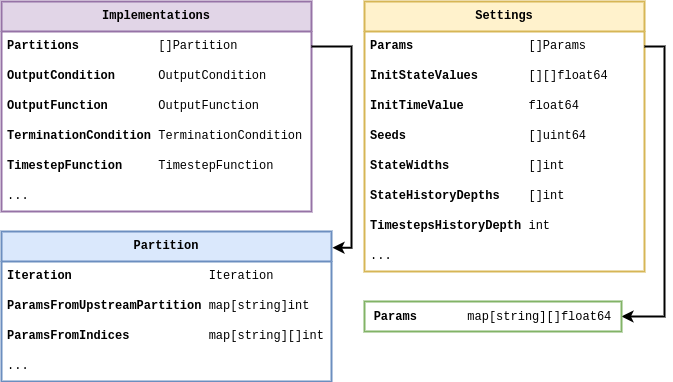
Earlier version of the draw.io export assets/stochadexI/stochadexI-stochadex-data-types.drawio.png (umbralcalc/umbralcalc.github.io). Source tidied: cells renumbered, new cells last; positions are measured from the earlier drawing's top-left corner, leaving out a move shared by most shapes.
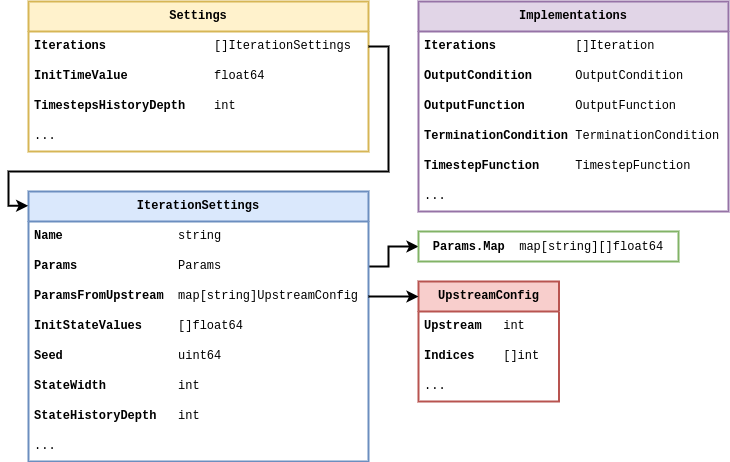
Above is the later version.

Diff of the diagram source:
```diff
@@ -3,9 +3,9 @@
     <mxCell id="0" />
     <mxCell id="1" parent="0" />
     <mxCell id="2" value="&lt;b&gt;Implementations&lt;/b&gt;" style="swimlane;fontStyle=0;horizontal=1;startSize=30;whiteSpace=wrap;html=1;fontFamily=Courier New;fillColor=#e1d5e7;strokeColor=#9673a6;strokeWidth=2;" parent="1" vertex="1">
-      <mxGeometry width="310" height="210" as="geometry" />
+      <mxGeometry x="390" y="40" width="310" height="210" as="geometry" />
     </mxCell>
-    <mxCell id="3" value="&lt;b&gt;Partitions&amp;nbsp; &amp;nbsp; &amp;nbsp; &amp;nbsp; &amp;nbsp; &amp;nbsp;&lt;/b&gt;[]Partition" style="text;strokeColor=none;fillColor=none;align=left;verticalAlign=middle;spacingLeft=4;spacingRight=4;overflow=hidden;points=[[0,0.5],[1,0.5]];portConstraint=eastwest;whiteSpace=wrap;html=1;fontFamily=Courier New;" parent="2" vertex="1">
+    <mxCell id="3" value="&lt;b&gt;Iterations&amp;nbsp; &amp;nbsp; &amp;nbsp; &amp;nbsp; &amp;nbsp; &amp;nbsp;&lt;/b&gt;[]Iteration" style="text;strokeColor=none;fillColor=none;align=left;verticalAlign=middle;spacingLeft=4;spacingRight=4;overflow=hidden;points=[[0,0.5],[1,0.5]];portConstraint=eastwest;whiteSpace=wrap;html=1;fontFamily=Courier New;" parent="2" vertex="1">
       <mxGeometry y="30" width="310" height="30" as="geometry" />
     </mxCell>
     <mxCell id="4" value="&lt;b&gt;OutputCondition&amp;nbsp; &amp;nbsp; &amp;nbsp;&amp;nbsp;&lt;/b&gt;OutputCondition" style="text;strokeColor=none;fillColor=none;align=left;verticalAlign=middle;spacingLeft=4;spacingRight=4;overflow=hidden;whiteSpace=wrap;html=1;fontFamily=Courier New;" parent="2" vertex="1">
@@ -24,65 +24,82 @@
       <mxGeometry y="180" width="310" height="30" as="geometry" />
     </mxCell>
     <mxCell id="9" value="&lt;b&gt;Settings&lt;/b&gt;" style="swimlane;fontStyle=0;horizontal=1;startSize=30;whiteSpace=wrap;html=1;fontFamily=Courier New;strokeWidth=2;fillColor=#fff2cc;strokeColor=#d6b656;" parent="1" vertex="1">
-      <mxGeometry x="363" width="280" height="270" as="geometry" />
+      <mxGeometry y="40" width="340" height="150" as="geometry" />
     </mxCell>
-    <mxCell id="10" value="&lt;b&gt;Params&lt;/b&gt;&amp;nbsp; &amp;nbsp; &amp;nbsp; &amp;nbsp; &amp;nbsp; &amp;nbsp; &amp;nbsp; &amp;nbsp; []Params" style="text;strokeColor=none;fillColor=none;align=left;verticalAlign=middle;spacingLeft=4;spacingRight=4;overflow=hidden;points=[[0,0.5],[1,0.5]];portConstraint=eastwest;whiteSpace=wrap;html=1;fontFamily=Courier New;" parent="9" vertex="1">
-      <mxGeometry y="30" width="280" height="30" as="geometry" />
-    </mxCell>
-    <mxCell id="11" value="&lt;b&gt;InitStateValues&lt;/b&gt;&amp;nbsp; &amp;nbsp; &amp;nbsp; &amp;nbsp;[][]float64" style="text;strokeColor=none;fillColor=none;align=left;verticalAlign=middle;spacingLeft=4;spacingRight=4;overflow=hidden;whiteSpace=wrap;html=1;fontFamily=Courier New;" parent="9" vertex="1">
-      <mxGeometry y="60" width="280" height="30" as="geometry" />
-    </mxCell>
+    <mxCell id="26" value="&lt;b&gt;Iterations&lt;/b&gt;&amp;nbsp; &amp;nbsp; &amp;nbsp; &amp;nbsp; &amp;nbsp; &amp;nbsp; &amp;nbsp; &amp;nbsp;[]IterationSettings" style="text;strokeColor=none;fillColor=none;align=left;verticalAlign=middle;spacingLeft=4;spacingRight=4;overflow=hidden;points=[[0,0.5],[1,0.5]];portConstraint=eastwest;whiteSpace=wrap;html=1;fontFamily=Courier New;" parent="9" vertex="1">
+      <mxGeometry y="30" width="340" height="30" as="geometry" />
+    </mxCell>
-    <mxCell id="12" value="&lt;b&gt;InitTimeValue&lt;/b&gt;&amp;nbsp; &amp;nbsp; &amp;nbsp; &amp;nbsp; &amp;nbsp;float64" style="text;strokeColor=none;fillColor=none;align=left;verticalAlign=middle;spacingLeft=4;spacingRight=4;overflow=hidden;whiteSpace=wrap;html=1;fontFamily=Courier New;" parent="9" vertex="1">
-      <mxGeometry y="90" width="280" height="30" as="geometry" />
+    <mxCell id="12" value="&lt;b&gt;InitTimeValue&lt;/b&gt;&amp;nbsp; &amp;nbsp; &amp;nbsp; &amp;nbsp; &amp;nbsp; &amp;nbsp; float64" style="text;strokeColor=none;fillColor=none;align=left;verticalAlign=middle;spacingLeft=4;spacingRight=4;overflow=hidden;whiteSpace=wrap;html=1;fontFamily=Courier New;" parent="9" vertex="1">
+      <mxGeometry y="60" width="340" height="30" as="geometry" />
     </mxCell>
-    <mxCell id="13" value="&lt;b&gt;Seeds&lt;/b&gt;&amp;nbsp; &amp;nbsp; &amp;nbsp; &amp;nbsp; &amp;nbsp; &amp;nbsp; &amp;nbsp; &amp;nbsp; &amp;nbsp;[]uint64" style="text;strokeColor=none;fillColor=none;align=left;verticalAlign=middle;spacingLeft=4;spacingRight=4;overflow=hidden;whiteSpace=wrap;html=1;fontFamily=Courier New;" parent="9" vertex="1">
-      <mxGeometry y="120" width="280" height="30" as="geometry" />
-    </mxCell>
-    <mxCell id="14" value="&lt;b&gt;StateWidths&lt;/b&gt;&amp;nbsp; &amp;nbsp; &amp;nbsp; &amp;nbsp; &amp;nbsp; &amp;nbsp;[]int" style="text;strokeColor=none;fillColor=none;align=left;verticalAlign=middle;spacingLeft=4;spacingRight=4;overflow=hidden;whiteSpace=wrap;html=1;fontFamily=Courier New;" parent="9" vertex="1">
-      <mxGeometry y="150" width="280" height="30" as="geometry" />
-    </mxCell>
-    <mxCell id="15" value="&lt;b&gt;StateHistoryDepths&lt;/b&gt;&amp;nbsp; &amp;nbsp; []int" style="text;strokeColor=none;fillColor=none;align=left;verticalAlign=middle;spacingLeft=4;spacingRight=4;overflow=hidden;whiteSpace=wrap;html=1;fontFamily=Courier New;" parent="9" vertex="1">
-      <mxGeometry y="180" width="280" height="30" as="geometry" />
-    </mxCell>
-    <mxCell id="16" value="&lt;b&gt;TimestepsHistoryDepth &lt;/b&gt;int" style="text;strokeColor=none;fillColor=none;align=left;verticalAlign=middle;spacingLeft=4;spacingRight=4;overflow=hidden;whiteSpace=wrap;html=1;fontFamily=Courier New;" parent="9" vertex="1">
-      <mxGeometry y="210" width="280" height="30" as="geometry" />
+    <mxCell id="16" value="&lt;b&gt;TimestepsHistoryDepth&amp;nbsp; &amp;nbsp;&amp;nbsp;&lt;/b&gt;int" style="text;strokeColor=none;fillColor=none;align=left;verticalAlign=middle;spacingLeft=4;spacingRight=4;overflow=hidden;whiteSpace=wrap;html=1;fontFamily=Courier New;" parent="9" vertex="1">
+      <mxGeometry y="90" width="340" height="30" as="geometry" />
     </mxCell>
     <mxCell id="17" value="..." style="text;strokeColor=none;fillColor=none;align=left;verticalAlign=middle;spacingLeft=4;spacingRight=4;overflow=hidden;whiteSpace=wrap;html=1;fontFamily=Courier New;" parent="9" vertex="1">
-      <mxGeometry y="240" width="280" height="30" as="geometry" />
+      <mxGeometry y="120" width="340" height="30" as="geometry" />
     </mxCell>
-    <mxCell id="18" style="edgeStyle=orthogonalEdgeStyle;rounded=0;jettySize=auto;html=1;entryX=1;entryY=0.5;entryDx=0;entryDy=0;strokeWidth=2;exitX=1;exitY=0.5;exitDx=0;exitDy=0;" parent="1" edge="1" source="10" target="25">
+    <mxCell id="18" style="edgeStyle=orthogonalEdgeStyle;rounded=0;jettySize=auto;html=1;entryX=0;entryY=0.5;entryDx=0;entryDy=0;strokeWidth=2;exitX=1;exitY=0.5;exitDx=0;exitDy=0;" parent="1" edge="1" source="20" target="25">
       <mxGeometry relative="1" as="geometry">
         <Array as="points">
-          <mxPoint x="663" y="45" />
-          <mxPoint x="663" y="315" />
+          <mxPoint x="360" y="305" />
+          <mxPoint x="360" y="285" />
         </Array>
       </mxGeometry>
     </mxCell>
-    <mxCell id="19" value="&lt;b&gt;Partition&lt;/b&gt;" style="swimlane;fontStyle=0;horizontal=1;startSize=30;whiteSpace=wrap;html=1;fontFamily=Courier New;strokeWidth=2;fillColor=#dae8fc;strokeColor=#6c8ebf;" parent="1" vertex="1">
-      <mxGeometry y="230" width="330" height="150" as="geometry" />
+    <mxCell id="19" value="&lt;b&gt;IterationSettings&lt;/b&gt;" style="swimlane;fontStyle=0;horizontal=1;startSize=30;whiteSpace=wrap;html=1;fontFamily=Courier New;strokeWidth=2;fillColor=#dae8fc;strokeColor=#6c8ebf;" parent="1" vertex="1">
+      <mxGeometry y="230" width="340" height="270" as="geometry" />
     </mxCell>
+    <mxCell id="27" value="&lt;b&gt;Name&lt;/b&gt;&amp;nbsp; &amp;nbsp; &amp;nbsp; &amp;nbsp; &amp;nbsp; &amp;nbsp; &amp;nbsp; &amp;nbsp; string" style="text;strokeColor=none;fillColor=none;align=left;verticalAlign=middle;spacingLeft=4;spacingRight=4;overflow=hidden;whiteSpace=wrap;html=1;fontFamily=Courier New;" parent="19" vertex="1">
+      <mxGeometry y="30" width="340" height="30" as="geometry" />
+    </mxCell>
-    <mxCell id="20" value="&lt;b&gt;Iteration&amp;nbsp; &amp;nbsp; &amp;nbsp; &amp;nbsp; &amp;nbsp; &amp;nbsp; &amp;nbsp; &amp;nbsp; &amp;nbsp; &amp;nbsp;&lt;/b&gt;Iteration" style="text;strokeColor=none;fillColor=none;align=left;verticalAlign=middle;spacingLeft=4;spacingRight=4;overflow=hidden;points=[[0,0.5],[1,0.5]];portConstraint=eastwest;whiteSpace=wrap;html=1;fontFamily=Courier New;" parent="19" vertex="1">
-      <mxGeometry y="30" width="330" height="30" as="geometry" />
+    <mxCell id="20" value="&lt;b&gt;Params&amp;nbsp; &amp;nbsp; &amp;nbsp; &amp;nbsp; &amp;nbsp; &amp;nbsp; &amp;nbsp; &lt;/b&gt;Params" style="text;strokeColor=none;fillColor=none;align=left;verticalAlign=middle;spacingLeft=4;spacingRight=4;overflow=hidden;points=[[0,0.5],[1,0.5]];portConstraint=eastwest;whiteSpace=wrap;html=1;fontFamily=Courier New;" parent="19" vertex="1">
+      <mxGeometry y="60" width="340" height="30" as="geometry" />
     </mxCell>
-    <mxCell id="21" value="&lt;b&gt;ParamsFromUpstreamPartition&amp;nbsp;&lt;/b&gt;map[string]int" style="text;strokeColor=none;fillColor=none;align=left;verticalAlign=middle;spacingLeft=4;spacingRight=4;overflow=hidden;points=[[0,0.5],[1,0.5]];portConstraint=eastwest;whiteSpace=wrap;html=1;fontFamily=Courier New;" parent="19" vertex="1">
-      <mxGeometry y="60" width="330" height="30" as="geometry" />
+    <mxCell id="21" value="&lt;b&gt;ParamsFromUpstream&amp;nbsp;&amp;nbsp;&lt;/b&gt;map[string]UpstreamConfig" style="text;strokeColor=none;fillColor=none;align=left;verticalAlign=middle;spacingLeft=4;spacingRight=4;overflow=hidden;points=[[0,0.5],[1,0.5]];portConstraint=eastwest;whiteSpace=wrap;html=1;fontFamily=Courier New;" parent="19" vertex="1">
+      <mxGeometry y="90" width="340" height="30" as="geometry" />
     </mxCell>
-    <mxCell id="22" value="&lt;b&gt;ParamsFromIndices&amp;nbsp; &amp;nbsp; &amp;nbsp; &amp;nbsp; &amp;nbsp; &amp;nbsp;&lt;/b&gt;map[string][]int" style="text;strokeColor=none;fillColor=none;align=left;verticalAlign=middle;spacingLeft=4;spacingRight=4;overflow=hidden;whiteSpace=wrap;html=1;fontFamily=Courier New;" parent="19" vertex="1">
-      <mxGeometry y="90" width="330" height="30" as="geometry" />
-    </mxCell>
+    <mxCell id="11" value="&lt;b&gt;InitStateValues&lt;/b&gt;&amp;nbsp; &amp;nbsp; &amp;nbsp;[]float64" style="text;strokeColor=none;fillColor=none;align=left;verticalAlign=middle;spacingLeft=4;spacingRight=4;overflow=hidden;whiteSpace=wrap;html=1;fontFamily=Courier New;" parent="19" vertex="1">
+      <mxGeometry y="120" width="340" height="30" as="geometry" />
+    </mxCell>
+    <mxCell id="13" value="&lt;b&gt;Seed&lt;/b&gt;&amp;nbsp; &amp;nbsp; &amp;nbsp; &amp;nbsp; &amp;nbsp; &amp;nbsp; &amp;nbsp; &amp;nbsp; uint64" style="text;strokeColor=none;fillColor=none;align=left;verticalAlign=middle;spacingLeft=4;spacingRight=4;overflow=hidden;whiteSpace=wrap;html=1;fontFamily=Courier New;" parent="19" vertex="1">
+      <mxGeometry y="150" width="340" height="30" as="geometry" />
+    </mxCell>
+    <mxCell id="14" value="&lt;b&gt;StateWidth&lt;/b&gt;&amp;nbsp; &amp;nbsp; &amp;nbsp; &amp;nbsp; &amp;nbsp; int" style="text;strokeColor=none;fillColor=none;align=left;verticalAlign=middle;spacingLeft=4;spacingRight=4;overflow=hidden;whiteSpace=wrap;html=1;fontFamily=Courier New;" parent="19" vertex="1">
+      <mxGeometry y="180" width="340" height="30" as="geometry" />
+    </mxCell>
+    <mxCell id="15" value="&lt;b&gt;StateHistoryDepth&lt;/b&gt;&amp;nbsp; &amp;nbsp;int" style="text;strokeColor=none;fillColor=none;align=left;verticalAlign=middle;spacingLeft=4;spacingRight=4;overflow=hidden;whiteSpace=wrap;html=1;fontFamily=Courier New;" parent="19" vertex="1">
+      <mxGeometry y="210" width="340" height="30" as="geometry" />
+    </mxCell>
     <mxCell id="23" value="..." style="text;strokeColor=none;fillColor=none;align=left;verticalAlign=middle;spacingLeft=4;spacingRight=4;overflow=hidden;whiteSpace=wrap;html=1;fontFamily=Courier New;" parent="19" vertex="1">
-      <mxGeometry y="120" width="330" height="30" as="geometry" />
+      <mxGeometry y="240" width="340" height="30" as="geometry" />
     </mxCell>
-    <mxCell id="24" style="edgeStyle=orthogonalEdgeStyle;rounded=0;jettySize=auto;html=1;strokeWidth=2;exitX=1;exitY=0.5;exitDx=0;exitDy=0;entryX=1.003;entryY=0.108;entryDx=0;entryDy=0;entryPerimeter=0;" parent="1" edge="1" source="3" target="19">
-      <mxGeometry relative="1" as="geometry">
-        <Array as="points">
-          <mxPoint x="350" y="45" />
-          <mxPoint x="350" y="246" />
-        </Array>
-      </mxGeometry>
-    </mxCell>
-    <mxCell id="25" value="&lt;b style=&quot;font-family: &amp;quot;Courier New&amp;quot;;&quot;&gt;Params&amp;nbsp; &amp;nbsp; &amp;nbsp; &amp;nbsp;&lt;/b&gt;&lt;span style=&quot;font-family: &amp;quot;Courier New&amp;quot;;&quot;&gt;map[string][]float64&lt;/span&gt;" style="rounded=0;whiteSpace=wrap;html=1;fillColor=none;strokeColor=#82b366;strokeWidth=2;" parent="1" vertex="1">
-      <mxGeometry x="363" y="300" width="257" height="30" as="geometry" />
+    <mxCell id="25" value="&lt;b style=&quot;font-family: &amp;quot;Courier New&amp;quot;;&quot;&gt;Params.Map&amp;nbsp;&amp;nbsp;&lt;/b&gt;&lt;span style=&quot;font-family: &amp;quot;Courier New&amp;quot;;&quot;&gt;map[string][]float64&lt;/span&gt;" style="rounded=0;whiteSpace=wrap;html=1;fillColor=none;strokeColor=#82b366;strokeWidth=2;" parent="1" vertex="1">
+      <mxGeometry x="390" y="270" width="260" height="30" as="geometry" />
     </mxCell>
+    <mxCell id="28" value="&lt;b&gt;UpstreamConfig&lt;/b&gt;" style="swimlane;fontStyle=0;horizontal=1;startSize=30;whiteSpace=wrap;html=1;fontFamily=Courier New;strokeWidth=2;fillColor=#f8cecc;strokeColor=#b85450;" parent="1" vertex="1">
+      <mxGeometry x="390" y="320" width="140.5" height="120" as="geometry" />
+    </mxCell>
+    <mxCell id="29" value="&lt;b&gt;Upstream&lt;/b&gt;&amp;nbsp; &amp;nbsp;int" style="text;strokeColor=none;fillColor=none;align=left;verticalAlign=middle;spacingLeft=4;spacingRight=4;overflow=hidden;whiteSpace=wrap;html=1;fontFamily=Courier New;" parent="28" vertex="1">
+      <mxGeometry y="30" width="140.5" height="30" as="geometry" />
+    </mxCell>
+    <mxCell id="30" value="&lt;b&gt;Indices&amp;nbsp; &amp;nbsp; &lt;/b&gt;[]int" style="text;strokeColor=none;fillColor=none;align=left;verticalAlign=middle;spacingLeft=4;spacingRight=4;overflow=hidden;whiteSpace=wrap;html=1;fontFamily=Courier New;" parent="28" vertex="1">
+      <mxGeometry y="60" width="140.5" height="30" as="geometry" />
+    </mxCell>
+    <mxCell id="31" value="..." style="text;strokeColor=none;fillColor=none;align=left;verticalAlign=middle;spacingLeft=4;spacingRight=4;overflow=hidden;whiteSpace=wrap;html=1;fontFamily=Courier New;" parent="28" vertex="1">
+      <mxGeometry y="90" width="140.5" height="30" as="geometry" />
+    </mxCell>
+    <mxCell id="32" style="edgeStyle=orthogonalEdgeStyle;rounded=0;jettySize=auto;html=1;strokeWidth=2;exitX=1;exitY=0.5;exitDx=0;exitDy=0;entryX=0;entryY=0.125;entryDx=0;entryDy=0;entryPerimeter=0;" parent="1" edge="1" source="21" target="28">
+      <mxGeometry relative="1" as="geometry" />
+    </mxCell>
+    <mxCell id="33" style="edgeStyle=orthogonalEdgeStyle;rounded=0;jettySize=auto;html=1;entryX=-0.001;entryY=0.053;entryDx=0;entryDy=0;strokeWidth=2;exitX=1;exitY=0.5;exitDx=0;exitDy=0;entryPerimeter=0;" parent="1" edge="1" source="26" target="19">
+      <mxGeometry relative="1" as="geometry">
+        <Array as="points">
+          <mxPoint x="360" y="85" />
+          <mxPoint x="360" y="210" />
+          <mxPoint x="-20" y="210" />
+          <mxPoint x="-20" y="244" />
+        </Array>
+      </mxGeometry>
+    </mxCell>
   </root>
 </mxGraphModel>
```
